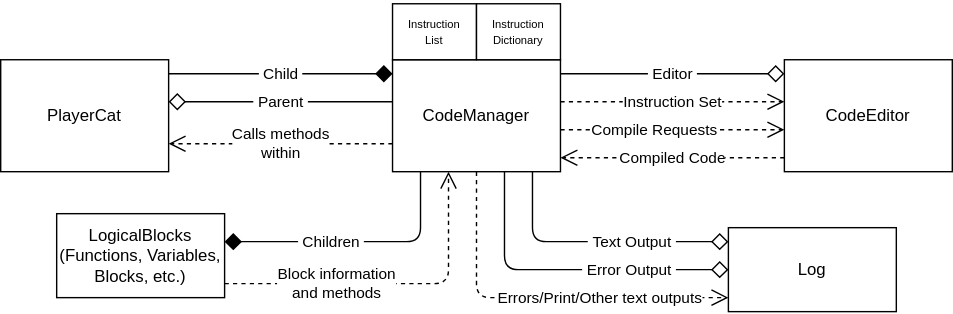
Earlier version of the draw.io export docs/assets/catCodeOverview.svg (DrewanR/CodeHeist). Source tidied: cells renumbered, new cells last; positions are measured from the earlier drawing's top-left corner, leaving out a move shared by most shapes.
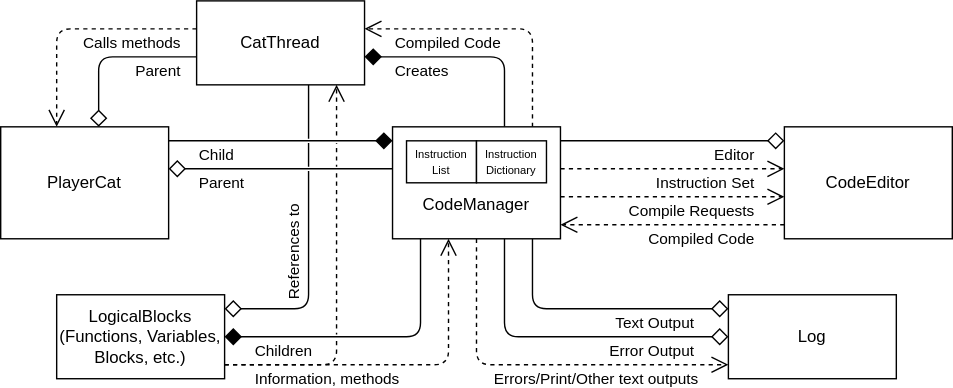
Above is the later version.

Change to the diagram source:
```diff
@@ -2,94 +2,106 @@
   <root>
     <mxCell id="0" />
     <mxCell id="1" parent="0" />
+    <mxCell id="21" style="edgeStyle=orthogonalEdgeStyle;html=1;endArrow=open;endFill=0;startSize=10;endSize=10;dashed=1;" parent="1" edge="1" source="20" target="26">
+      <mxGeometry relative="1" as="geometry">
+        <Array as="points">
+          <mxPoint x="240" y="210" />
+        </Array>
+      </mxGeometry>
+    </mxCell>
-    <mxCell id="2" value="Calls methods&lt;br&gt;within" style="edgeStyle=orthogonalEdgeStyle;html=1;endArrow=open;endFill=0;startSize=10;endSize=10;exitX=0;exitY=0.75;exitDx=0;exitDy=0;entryX=1;entryY=0.75;entryDx=0;entryDy=0;dashed=1;" parent="1" edge="1" source="12" target="14">
-      <mxGeometry relative="1" as="geometry" />
+    <mxCell id="2" value="Calls methods" style="edgeStyle=orthogonalEdgeStyle;html=1;endArrow=open;endFill=0;startSize=10;endSize=10;dashed=1;align=right;" parent="1" edge="1" source="26" target="14">
+      <mxGeometry x="-0.88" y="10" relative="1" as="geometry">
+        <Array as="points">
+          <mxPoint x="40" y="-30" />
+        </Array>
+      </mxGeometry>
     </mxCell>
-    <mxCell id="3" value="&amp;nbsp;Editor&amp;nbsp;" style="edgeStyle=orthogonalEdgeStyle;html=1;endArrow=diamond;endFill=0;startSize=10;endSize=10;" parent="1" edge="1" source="12" target="16">
-      <mxGeometry relative="1" as="geometry">
+    <mxCell id="3" value="Editor" style="edgeStyle=orthogonalEdgeStyle;html=1;endArrow=diamond;endFill=0;startSize=10;endSize=10;align=right;" parent="1" edge="1" source="12" target="16">
+      <mxGeometry x="0.75" y="-10" relative="1" as="geometry">
         <Array as="points">
           <mxPoint x="480" y="50" />
           <mxPoint x="480" y="50" />
         </Array>
       </mxGeometry>
     </mxCell>
-    <mxCell id="4" value="Compile Requests" style="edgeStyle=orthogonalEdgeStyle;html=1;endArrow=open;endFill=0;startSize=10;endSize=10;dashed=1;" parent="1" edge="1" source="12" target="16">
-      <mxGeometry x="-0.17" relative="1" as="geometry">
+    <mxCell id="4" value="Compile Requests" style="edgeStyle=orthogonalEdgeStyle;html=1;endArrow=open;endFill=0;startSize=10;endSize=10;dashed=1;align=right;" parent="1" edge="1" source="12" target="16">
+      <mxGeometry x="0.75" y="-10" relative="1" as="geometry">
         <Array as="points">
           <mxPoint x="480" y="90" />
           <mxPoint x="480" y="90" />
         </Array>
       </mxGeometry>
     </mxCell>
-    <mxCell id="5" value="Instruction Set" style="edgeStyle=orthogonalEdgeStyle;html=1;dashed=1;endArrow=open;endFill=0;startSize=10;endSize=10;" parent="1" edge="1" source="12" target="16">
-      <mxGeometry relative="1" as="geometry">
+    <mxCell id="5" value="Instruction Set" style="edgeStyle=orthogonalEdgeStyle;html=1;dashed=1;endArrow=open;endFill=0;startSize=10;endSize=10;align=right;" parent="1" edge="1" source="12" target="16">
+      <mxGeometry x="0.75" y="-10" relative="1" as="geometry">
         <Array as="points">
           <mxPoint x="480" y="70" />
           <mxPoint x="480" y="70" />
         </Array>
       </mxGeometry>
     </mxCell>
-    <mxCell id="6" value="Errors/Print/Other text outputs" style="edgeStyle=orthogonalEdgeStyle;html=1;dashed=1;endArrow=open;endFill=0;startSize=10;endSize=10;" parent="1" edge="1" source="12" target="17">
-      <mxGeometry x="0.31" relative="1" as="geometry">
+    <mxCell id="6" value="Errors/Print/Other text outputs" style="edgeStyle=orthogonalEdgeStyle;html=1;dashed=1;endArrow=open;endFill=0;startSize=10;endSize=10;align=right;" parent="1" edge="1" source="12" target="17">
+      <mxGeometry x="0.85" y="-10" relative="1" as="geometry">
         <Array as="points">
           <mxPoint x="340" y="210" />
         </Array>
       </mxGeometry>
     </mxCell>
-    <mxCell id="7" value="&amp;nbsp;Text Output&amp;nbsp;" style="edgeStyle=orthogonalEdgeStyle;html=1;endArrow=diamond;endFill=0;startSize=10;endSize=10;" parent="1" edge="1" source="12" target="17">
-      <mxGeometry x="0.27" relative="1" as="geometry">
+    <mxCell id="7" value="&amp;nbsp;Text Output&amp;nbsp;" style="edgeStyle=orthogonalEdgeStyle;html=1;endArrow=diamond;endFill=0;startSize=10;endSize=10;align=right;" parent="1" edge="1" source="12" target="17">
+      <mxGeometry x="0.79" y="-10" relative="1" as="geometry">
         <Array as="points">
           <mxPoint x="380" y="170" />
         </Array>
       </mxGeometry>
     </mxCell>
-    <mxCell id="8" value="&amp;nbsp;Parent&amp;nbsp;" style="edgeStyle=orthogonalEdgeStyle;html=1;endArrow=diamond;endFill=0;startSize=10;endSize=10;" parent="1" edge="1" source="12" target="14">
-      <mxGeometry relative="1" as="geometry">
-        <Array as="points">
-          <mxPoint x="200" y="70" />
-          <mxPoint x="200" y="70" />
-        </Array>
-      </mxGeometry>
-    </mxCell>
-    <mxCell id="9" value="&amp;nbsp;Error Output&amp;nbsp;" style="edgeStyle=orthogonalEdgeStyle;html=1;endArrow=diamond;endFill=0;startSize=10;endSize=10;" parent="1" edge="1" source="12" target="17">
-      <mxGeometry x="0.38" relative="1" as="geometry">
+    <mxCell id="9" value="&amp;nbsp;Error Output&amp;nbsp;" style="edgeStyle=orthogonalEdgeStyle;html=1;endArrow=diamond;endFill=0;startSize=10;endSize=10;align=right;" parent="1" edge="1" source="12" target="17">
+      <mxGeometry x="0.83" y="-10" relative="1" as="geometry">
         <Array as="points">
           <mxPoint x="360" y="190" />
         </Array>
       </mxGeometry>
     </mxCell>
-    <mxCell id="10" value="&lt;font style=&quot;font-size: 11px;&quot;&gt;&amp;nbsp;Children&amp;nbsp;&lt;/font&gt;" style="edgeStyle=orthogonalEdgeStyle;html=1;fontSize=8;endArrow=diamond;endFill=1;startSize=10;endSize=10;" parent="1" edge="1" source="12" target="20">
-      <mxGeometry x="0.2" relative="1" as="geometry">
-        <Array as="points">
-          <mxPoint x="300" y="170" />
-        </Array>
-      </mxGeometry>
-    </mxCell>
-    <mxCell id="11" value="Block information&lt;br&gt;and methods" style="edgeStyle=elbowEdgeStyle;html=1;elbow=vertical;endSize=10;startSize=10;endArrow=open;endFill=0;dashed=1;" parent="1" edge="1" source="20" target="12">
-      <mxGeometry x="-0.33" relative="1" as="geometry">
+    <mxCell id="11" value="Information, methods" style="edgeStyle=elbowEdgeStyle;html=1;elbow=vertical;endSize=10;startSize=10;endArrow=open;endFill=0;dashed=1;align=left;verticalAlign=middle;" parent="1" edge="1" source="20" target="12">
+      <mxGeometry x="-0.84" y="-10" relative="1" as="geometry">
         <Array as="points">
+          <mxPoint x="320" y="210" />
           <mxPoint x="320" y="200" />
           <mxPoint x="220" y="200" />
           <mxPoint x="320" y="200" />
         </Array>
       </mxGeometry>
     </mxCell>
+    <mxCell id="22" value="Creates" style="edgeStyle=elbowEdgeStyle;html=1;endArrow=diamond;endFill=1;endSize=10;startSize=10;align=left;" parent="1" edge="1" source="12" target="26">
+      <mxGeometry x="0.73" y="10" relative="1" as="geometry">
+        <Array as="points">
+          <mxPoint x="360" y="-10" />
+          <mxPoint x="360" y="-10" />
+          <mxPoint x="340" y="-20" />
+          <mxPoint x="360" y="-20" />
+          <mxPoint x="320" y="-20" />
+          <mxPoint x="360" y="-20" />
+          <mxPoint x="320" y="-10" />
+          <mxPoint x="300" y="-10" />
+          <mxPoint x="300" y="30" />
+          <mxPoint x="340" />
+        </Array>
+      </mxGeometry>
+    </mxCell>
+    <mxCell id="23" value="Compiled Code" style="edgeStyle=orthogonalEdgeStyle;html=1;endArrow=open;endFill=0;startSize=10;endSize=10;dashed=1;align=left;" parent="1" edge="1" source="12" target="26">
+      <mxGeometry x="0.79" y="10" relative="1" as="geometry">
+        <Array as="points">
+          <mxPoint x="380" y="-30" />
+        </Array>
+      </mxGeometry>
+    </mxCell>
-    <mxCell id="12" value="CodeManager" style="whiteSpace=wrap;html=1;" parent="1" vertex="1">
+    <mxCell id="12" value="CodeManager&lt;br&gt;&amp;nbsp;" style="whiteSpace=wrap;html=1;verticalAlign=bottom;" parent="1" vertex="1">
       <mxGeometry x="280" y="40" width="120" height="80" as="geometry" />
     </mxCell>
-    <mxCell id="13" value="&amp;nbsp;Child&amp;nbsp;" style="edgeStyle=orthogonalEdgeStyle;html=1;endArrow=diamond;endFill=1;endSize=10;startSize=10;" parent="1" edge="1" source="14" target="12">
-      <mxGeometry relative="1" as="geometry">
-        <Array as="points">
-          <mxPoint x="200" y="50" />
-          <mxPoint x="200" y="50" />
-        </Array>
-      </mxGeometry>
-    </mxCell>
     <mxCell id="14" value="PlayerCat" style="whiteSpace=wrap;html=1;" parent="1" vertex="1">
       <mxGeometry y="40" width="120" height="80" as="geometry" />
     </mxCell>
-    <mxCell id="15" value="Compiled Code" style="edgeStyle=orthogonalEdgeStyle;html=1;dashed=1;endArrow=open;endFill=0;startSize=10;endSize=10;" parent="1" edge="1" source="16" target="12">
-      <mxGeometry relative="1" as="geometry">
+    <mxCell id="15" value="Compiled Code" style="edgeStyle=orthogonalEdgeStyle;html=1;dashed=1;endArrow=open;endFill=0;startSize=10;endSize=10;align=right;" parent="1" edge="1" source="16" target="12">
+      <mxGeometry x="-0.75" y="10" relative="1" as="geometry">
         <Array as="points">
           <mxPoint x="480" y="110" />
           <mxPoint x="480" y="110" />
@@ -103,13 +115,71 @@
       <mxGeometry x="520" y="160" width="120" height="60" as="geometry" />
     </mxCell>
     <mxCell id="18" value="&lt;p style=&quot;line-height: 70%;&quot;&gt;&lt;font style=&quot;font-size: 8px;&quot;&gt;Instruction&lt;br&gt;List&lt;/font&gt;&lt;/p&gt;" style="whiteSpace=wrap;html=1;" parent="1" vertex="1">
-      <mxGeometry x="280" width="60" height="40" as="geometry" />
+      <mxGeometry x="290" y="50" width="50" height="30" as="geometry" />
     </mxCell>
     <mxCell id="19" value="&lt;p style=&quot;line-height: 70%;&quot;&gt;&lt;font style=&quot;font-size: 8px;&quot;&gt;Instruction&lt;br&gt;Dictionary&lt;/font&gt;&lt;/p&gt;" style="whiteSpace=wrap;html=1;" parent="1" vertex="1">
-      <mxGeometry x="340" width="60" height="40" as="geometry" />
+      <mxGeometry x="340" y="50" width="50" height="30" as="geometry" />
     </mxCell>
     <mxCell id="20" value="LogicalBlocks&lt;br&gt;(Functions, Variables, Blocks, etc.)" style="whiteSpace=wrap;html=1;" parent="1" vertex="1">
-      <mxGeometry x="40" y="150" width="120" height="60" as="geometry" />
+      <mxGeometry x="40" y="160" width="120" height="60" as="geometry" />
     </mxCell>
+    <mxCell id="24" value="Parent" style="edgeStyle=orthogonalEdgeStyle;html=1;endArrow=diamond;endFill=0;startSize=10;endSize=10;align=right;" parent="1" edge="1" source="26" target="14">
+      <mxGeometry x="-0.83" y="10" relative="1" as="geometry">
+        <Array as="points">
+          <mxPoint x="70" y="-10" />
+        </Array>
+      </mxGeometry>
+    </mxCell>
+    <mxCell id="25" value="&amp;nbsp;References to&amp;nbsp;" style="edgeStyle=orthogonalEdgeStyle;html=1;endArrow=diamond;endFill=0;startSize=10;endSize=10;horizontal=0;verticalAlign=middle;" parent="1" edge="1" source="26" target="20">
+      <mxGeometry x="0.09" y="-10" relative="1" as="geometry">
+        <Array as="points">
+          <mxPoint x="220" y="170" />
+        </Array>
+      </mxGeometry>
+    </mxCell>
+    <mxCell id="26" value="CatThread" style="whiteSpace=wrap;html=1;" parent="1" vertex="1">
+      <mxGeometry x="140" y="-50" width="120" height="60" as="geometry" />
+    </mxCell>
+    <mxCell id="27" style="endArrow=none;html=1;startSize=10;endSize=10;strokeColor=#FFFFFF;strokeWidth=3;" parent="1" edge="1">
+      <mxGeometry relative="1" as="geometry">
+        <mxPoint x="210" y="50" as="sourcePoint" />
+        <mxPoint x="250" y="50" as="targetPoint" />
+      </mxGeometry>
+    </mxCell>
+    <mxCell id="28" style="endArrow=none;html=1;startSize=10;endSize=10;strokeColor=#FFFFFF;strokeWidth=3;" parent="1" edge="1">
+      <mxGeometry relative="1" as="geometry">
+        <mxPoint x="210" y="70" as="sourcePoint" />
+        <mxPoint x="250" y="70" as="targetPoint" />
+      </mxGeometry>
+    </mxCell>
+    <mxCell id="8" value="Parent" style="edgeStyle=orthogonalEdgeStyle;html=1;endArrow=diamond;endFill=0;startSize=10;endSize=10;align=left;" parent="1" edge="1" source="12" target="14">
+      <mxGeometry x="0.75" y="10" relative="1" as="geometry">
+        <Array as="points">
+          <mxPoint x="200" y="70" />
+          <mxPoint x="200" y="70" />
+        </Array>
+      </mxGeometry>
+    </mxCell>
+    <mxCell id="13" value="Child" style="edgeStyle=orthogonalEdgeStyle;html=1;endArrow=diamond;endFill=1;endSize=10;startSize=10;align=left;" parent="1" edge="1" source="14" target="12">
+      <mxGeometry x="-0.75" y="-10" relative="1" as="geometry">
+        <Array as="points">
+          <mxPoint x="200" y="50" />
+          <mxPoint x="200" y="50" />
+        </Array>
+      </mxGeometry>
+    </mxCell>
+    <mxCell id="29" style="endArrow=none;html=1;startSize=10;endSize=10;strokeColor=#FFFFFF;strokeWidth=3;" parent="1" edge="1">
+      <mxGeometry relative="1" as="geometry">
+        <mxPoint x="220" y="189.8" as="sourcePoint" />
+        <mxPoint x="260" y="189.8" as="targetPoint" />
+      </mxGeometry>
+    </mxCell>
+    <mxCell id="10" value="&lt;font style=&quot;font-size: 11px;&quot;&gt;Children&lt;/font&gt;" style="edgeStyle=orthogonalEdgeStyle;html=1;fontSize=8;endArrow=diamond;endFill=1;startSize=10;endSize=10;align=left;verticalAlign=middle;" parent="1" edge="1" source="12" target="20">
+      <mxGeometry x="0.81" y="10" relative="1" as="geometry">
+        <Array as="points">
+          <mxPoint x="300" y="190" />
+        </Array>
+      </mxGeometry>
+    </mxCell>
   </root>
 </mxGraphModel>
```
